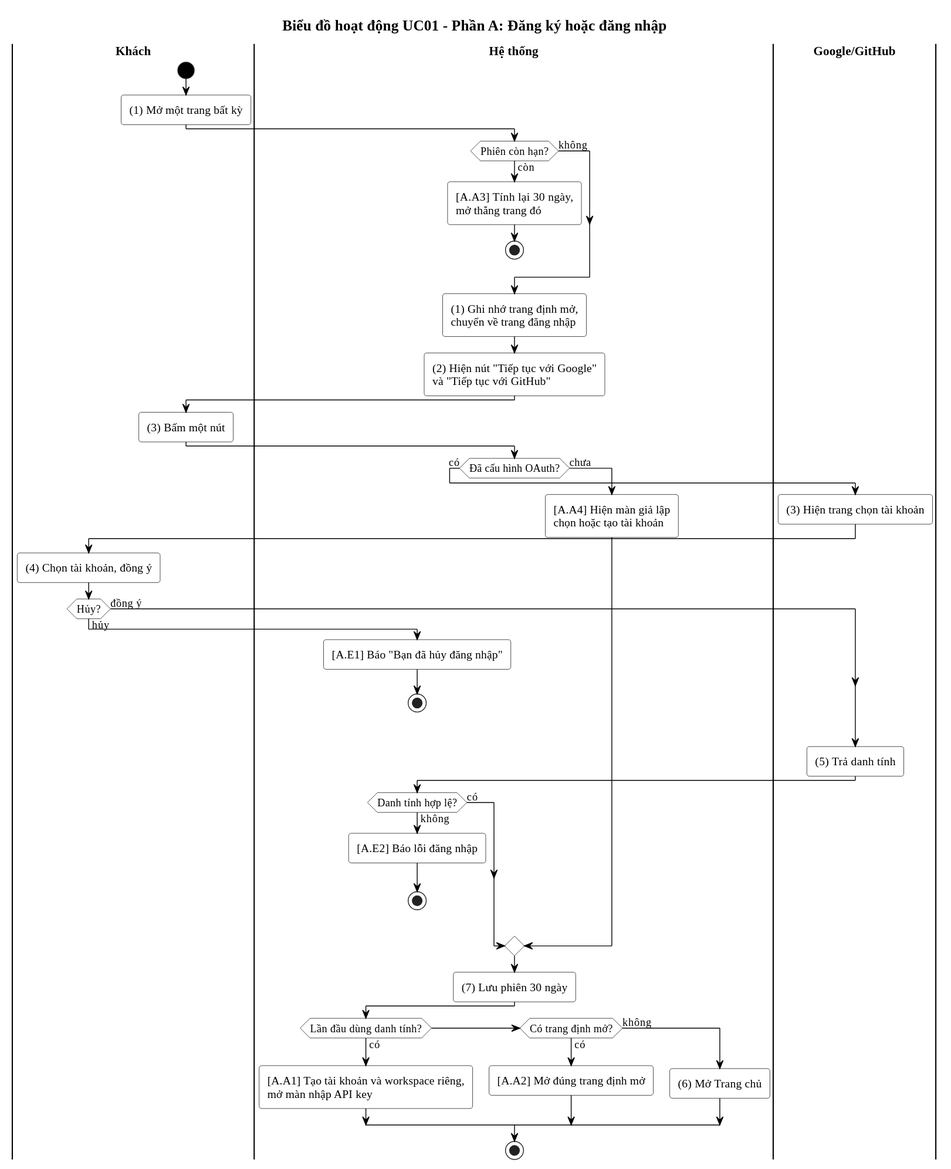
Above: uml/img/act-uc01a.svg in Jin2509/Specgate_BlackBoard (PlantUML), before the change. Its diagram source:
```plantuml
@startuml
!include ../_style.iuml
title Biểu đồ hoạt động UC01 - Phần A: Đăng ký hoặc đăng nhập

|Khách|
start
:(1) Mở một trang bất kỳ;
|Hệ thống|
if (Phiên còn hạn?) then (còn)
  :[A.A3] Tính lại 30 ngày,\nmở thẳng trang đó;
  stop
else (không)
endif
:(1) Ghi nhớ trang định mở,\nchuyển về trang đăng nhập;
:(2) Hiện nút "Tiếp tục với Google"\nvà "Tiếp tục với GitHub";
|Khách|
:(3) Bấm một nút;
|Hệ thống|
if (Đã cấu hình OAuth?) then (có)
  |Google/GitHub|
  :(3) Hiện trang chọn tài khoản;
  |Khách|
  :(4) Chọn tài khoản, đồng ý;
  if (Hủy?) then (hủy)
    |Hệ thống|
    :[A.E1] Báo "Bạn đã hủy đăng nhập";
    stop
  else (đồng ý)
  endif
  |Google/GitHub|
  :(5) Trả danh tính;
  |Hệ thống|
  if (Danh tính hợp lệ?) then (không)
    :[A.E2] Báo lỗi đăng nhập;
    stop
  else (có)
  endif
else (chưa)
  :[A.A4] Hiện màn giả lập\nchọn hoặc tạo tài khoản;
endif
|Hệ thống|
:(7) Lưu phiên 30 ngày;
if (Lần đầu dùng danh tính?) then (có)
  :[A.A1] Tạo tài khoản và workspace riêng,\nmở màn nhập API key;
elseif (Có trang định mở?) then (có)
  :[A.A2] Mở đúng trang định mở;
else (không)
  :(6) Mở Trang chủ;
endif
stop
@enduml
```
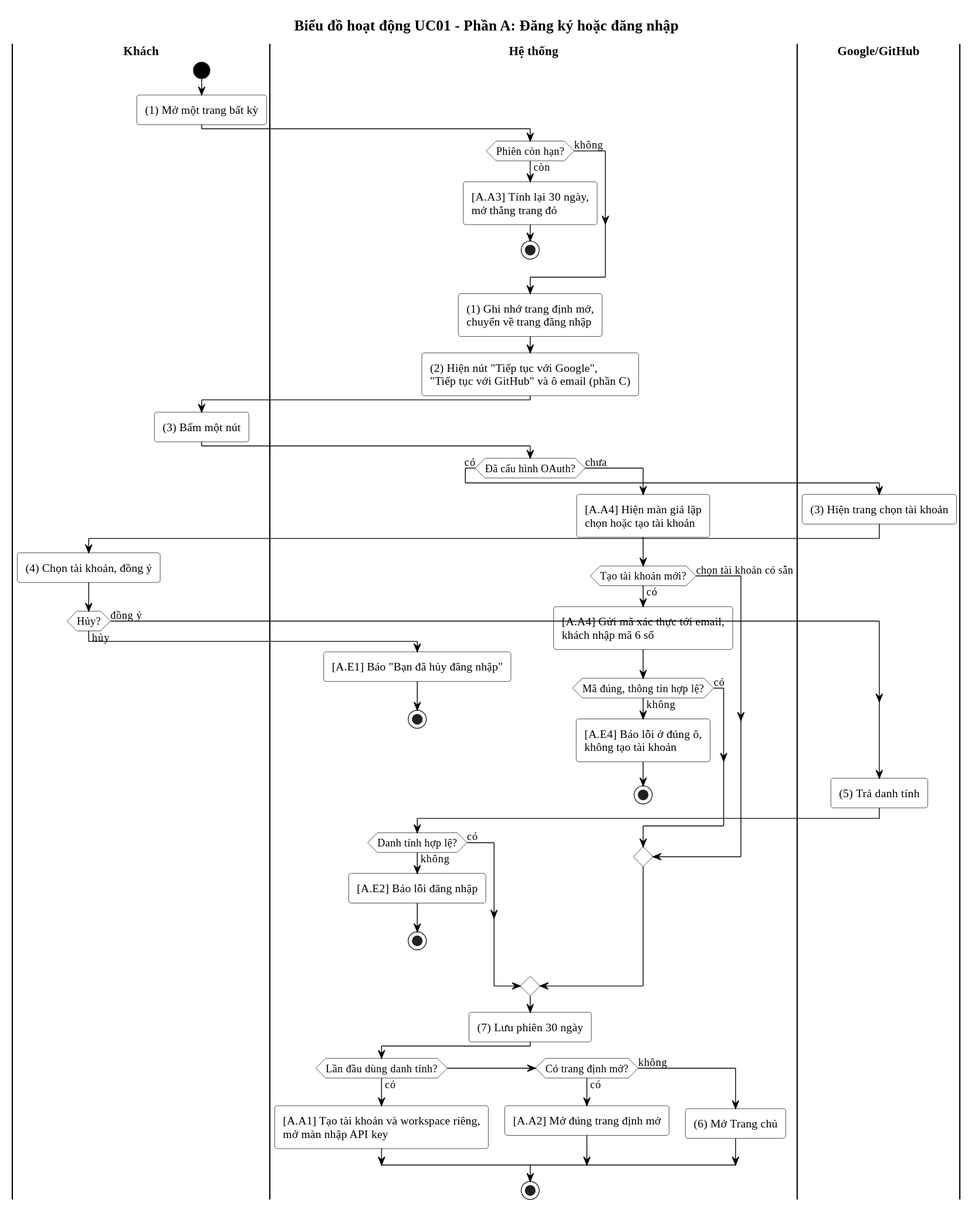
Later version of the same file.

The edit, as a diff of the source:
```diff
@@ -12,7 +12,7 @@
 else (không)
 endif
 :(1) Ghi nhớ trang định mở,\nchuyển về trang đăng nhập;
-:(2) Hiện nút "Tiếp tục với Google"\nvà "Tiếp tục với GitHub";
+:(2) Hiện nút "Tiếp tục với Google",\n"Tiếp tục với GitHub" và ô email (phần C);
 |Khách|
 :(3) Bấm một nút;
 |Hệ thống|
@@ -37,6 +37,15 @@
   endif
 else (chưa)
   :[A.A4] Hiện màn giả lập\nchọn hoặc tạo tài khoản;
+  if (Tạo tài khoản mới?) then (có)
+    :[A.A4] Gửi mã xác thực tới email,\nkhách nhập mã 6 số;
+    if (Mã đúng, thông tin hợp lệ?) then (không)
+      :[A.E4] Báo lỗi ở đúng ô,\nkhông tạo tài khoản;
+      stop
+    else (có)
+    endif
+  else (chọn tài khoản có sẵn)
+  endif
 endif
 |Hệ thống|
 :(7) Lưu phiên 30 ngày;
```
